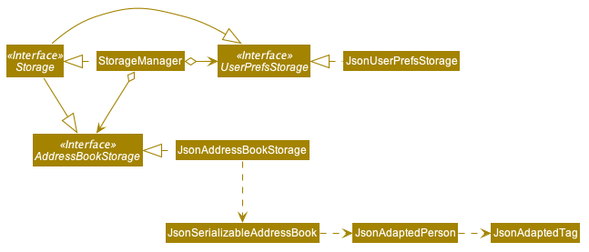
Before: docs/images/StorageClassDiagram.png, a diagram exported from PlantUML (nus-cs2103-AY2021S2/tp).
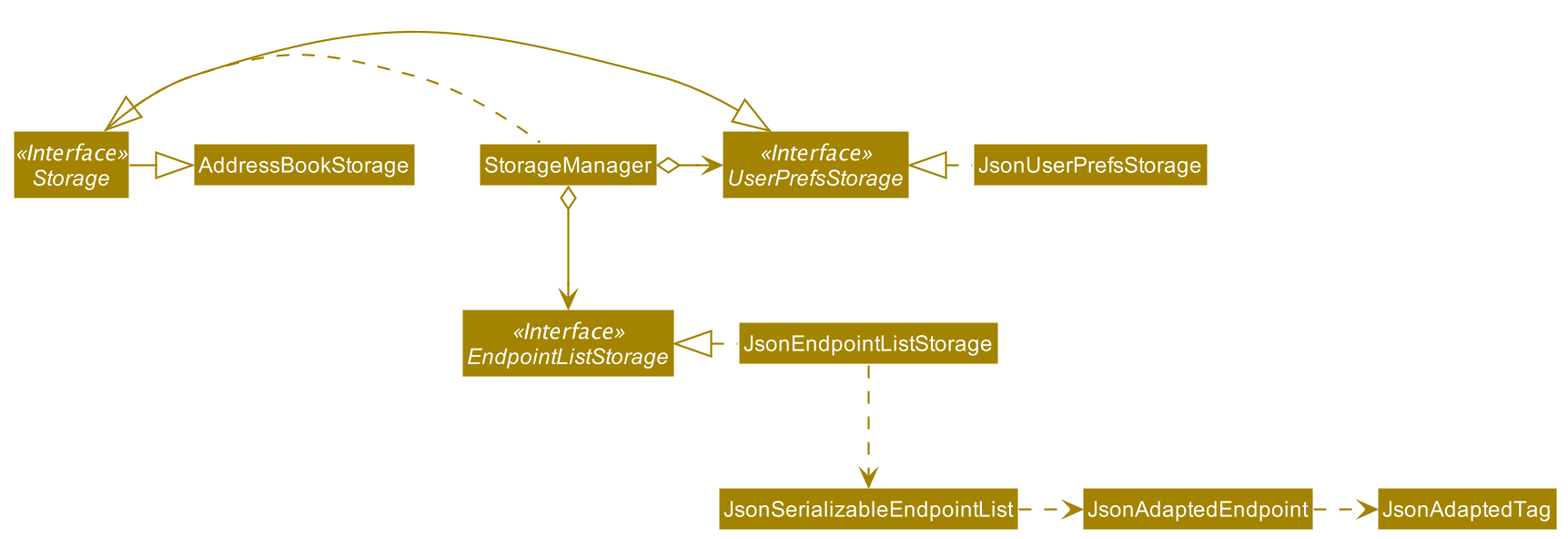
After the commit.

Commit message:
Chore: cleanup storage and logic diagrams after upstream merge

The edit, as a diff of the source:
```diff
@@ -1,74 +1,27 @@
 @startuml
-
-
-
-
-
-
-
-
-skinparam BackgroundColor #FFFFFFF
-
-skinparam Shadowing false
-
-skinparam Class {
-    FontColor #FFFFFF
-    BorderThickness 1
-    BorderColor #FFFFFF
-    StereotypeFontColor #FFFFFF
-    FontName Arial
-}
-
-skinparam Actor {
-    BorderColor #000000
-    Color #000000
-    FontName Arial
-}
-
-skinparam Sequence {
-    MessageAlign center
-    BoxFontSize 15
-    BoxPadding 0
-    BoxFontColor #FFFFFF
-    FontName Arial
-}
-
-skinparam Participant {
-    FontColor #FFFFFFF
-    Padding 20
-}
-
-skinparam MinClassWidth 50
-skinparam ParticipantPadding 10
-skinparam Shadowing false
-skinparam DefaultTextAlignment center
-skinparam packageStyle Rectangle
-
-hide footbox
-hide members
-hide circle
+!include style.puml
 skinparam arrowThickness 1.1
-skinparam arrowColor #A38300
-skinparam classBackgroundColor #A38300
+skinparam arrowColor STORAGE_COLOR
+skinparam classBackgroundColor STORAGE_COLOR
 
 Interface Storage <<Interface>>
 Interface UserPrefsStorage <<Interface>>
-Interface AddressBookStorage <<Interface>>
+Interface EndpointListStorage <<Interface>>
 
 Class StorageManager
 Class JsonUserPrefsStorage
-Class JsonAddressBookStorage
+Class JsonEndpointListStorage
 
 StorageManager .left.|> Storage
 StorageManager o-right-> UserPrefsStorage
-StorageManager o--> AddressBookStorage
+StorageManager o--> EndpointListStorage
 
 Storage -|> UserPrefsStorage
 Storage -|> AddressBookStorage
 
 JsonUserPrefsStorage .left.|> UserPrefsStorage
-JsonAddressBookStorage .left.|> AddressBookStorage
-JsonAddressBookStorage .down.> JsonSerializableAddressBook
-JsonSerializableAddressBook .right.> JsonAdaptedPerson
-JsonAdaptedPerson .right.> JsonAdaptedTag
+JsonEndpointListStorage .left.|> EndpointListStorage
+JsonEndpointListStorage .down.> JsonSerializableEndpointList
+JsonSerializableEndpointList .right.> JsonAdaptedEndpoint
+JsonAdaptedEndpoint .right.> JsonAdaptedTag
 @enduml
```
